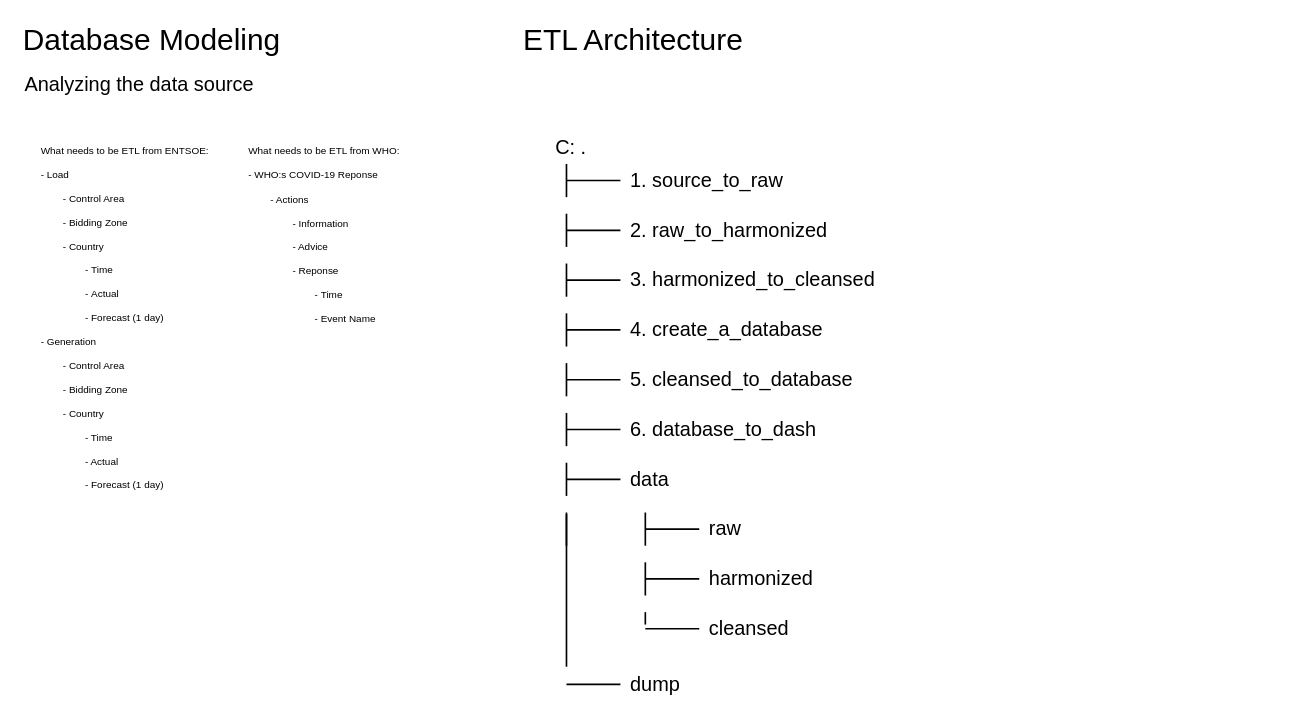
Before: dump/sketch_db_etl.drawio in SVPH1/examproject, a draw.io diagram. Source tidied: cells renumbered, new cells numbered last; positions are measured from the earlier drawing's top-left corner, leaving out a move shared by most shapes. Both pictures are drawn from the tidied source at 83%, with x=0, y=0 at pixel (14, 14).
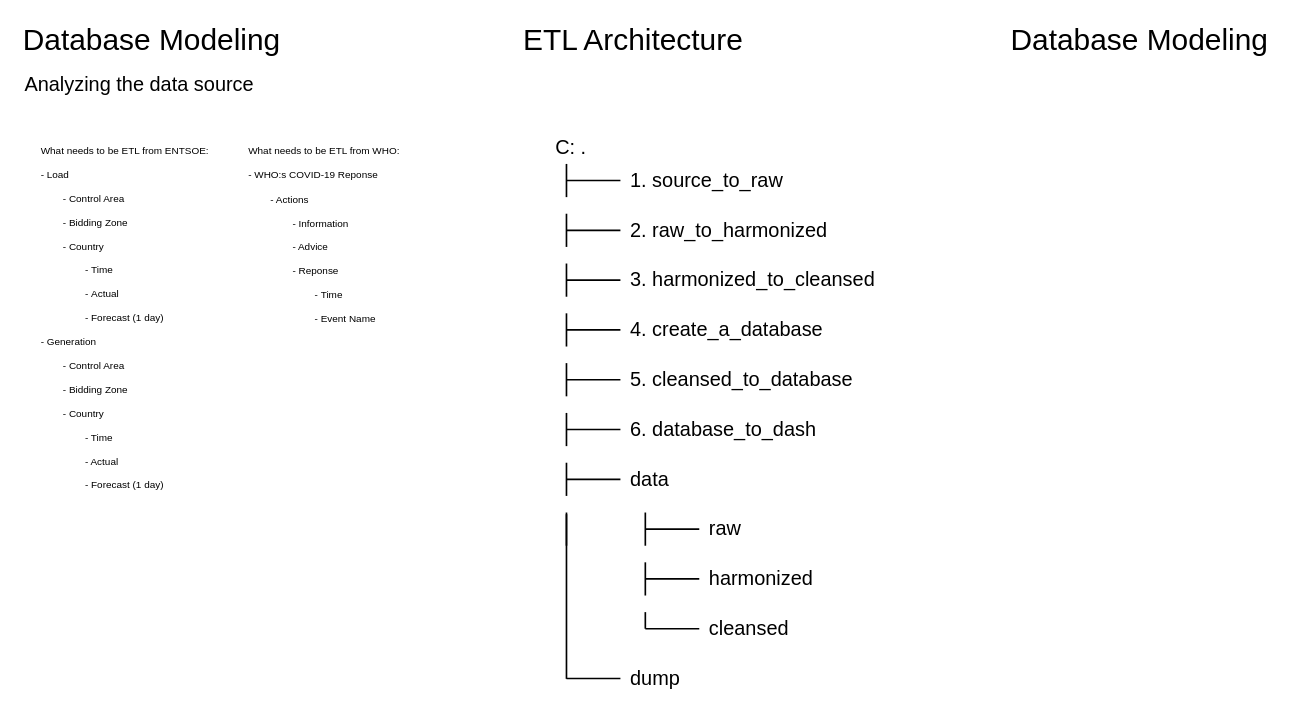
The same page after the edit.

The edit, as a diff of the source:
```diff
@@
     <mxCell id="43" style="line;strokeWidth=2;html=1;fontSize=24;rotation=90;" parent="1" vertex="1">
-      <mxGeometry x="752.5" y="722.5" width="15" height="10" as="geometry" />
+      <mxGeometry x="750" y="725" width="20" height="10" as="geometry" />
     </mxCell>
     <mxCell id="44" value="&lt;span style=&quot;font-size: 24px;&quot;&gt;dump&lt;br&gt;&lt;/span&gt;" style="text;html=1;align=left;verticalAlign=middle;strokeColor=none;fillColor=none;" parent="1" vertex="1">
-      <mxGeometry x="740" y="787" width="80" height="40" as="geometry" />
+      <mxGeometry x="740" y="780" width="80" height="40" as="geometry" />
     </mxCell>
@@
     <mxCell id="48" style="line;strokeWidth=2;html=1;fontSize=24;" parent="1" vertex="1">
-      <mxGeometry x="665" y="802" width="65" height="10" as="geometry" />
+      <mxGeometry x="665" y="795" width="65" height="10" as="geometry" />
     </mxCell>
     <mxCell id="49" style="line;strokeWidth=2;html=1;fontSize=24;rotation=90;" parent="1" vertex="1">
-      <mxGeometry x="573.1" y="688.9" width="183.8" height="10" as="geometry" />
+      <mxGeometry x="565.8" y="696.2" width="198.4" height="10" as="geometry" />
     </mxCell>
+    <mxCell id="50" value="&lt;font style=&quot;font-size: 36px;&quot;&gt;Database Modeling&lt;/font&gt;" style="text;html=1;align=center;verticalAlign=middle;strokeColor=none;fillColor=none;" parent="1" vertex="1">
+      <mxGeometry x="1190" width="330" height="60" as="geometry" />
+    </mxCell>
```
